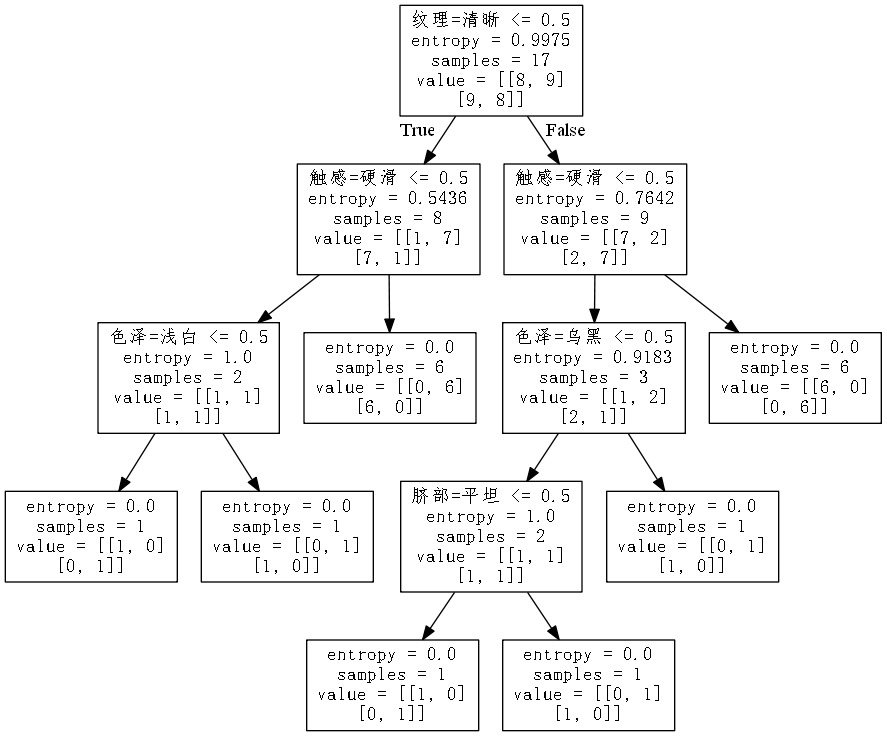
noonecare/data-mining keeps this Graphviz diagram as decision_tree_problems/entroy_decision_tree.png. Above is the earlier version. Its source is kept beside it as decision_tree_problems/entroy_decision_tree.dot. The source it was exported from:
```dot
digraph Tree {
node [shape=box, fontname="FangSong"] ;
0 [label="纹理=清晰 <= 0.5\nentropy = 0.9975\nsamples = 17\nvalue = [[8, 9]\n[9, 8]]"] ;
1 [label="触感=硬滑 <= 0.5\nentropy = 0.5436\nsamples = 8\nvalue = [[1, 7]\n[7, 1]]"] ;
0 -> 1 [labeldistance=2.5, labelangle=45, headlabel="True"] ;
2 [label="色泽=浅白 <= 0.5\nentropy = 1.0\nsamples = 2\nvalue = [[1, 1]\n[1, 1]]"] ;
1 -> 2 ;
3 [label="entropy = 0.0\nsamples = 1\nvalue = [[1, 0]\n[0, 1]]"] ;
2 -> 3 ;
4 [label="entropy = 0.0\nsamples = 1\nvalue = [[0, 1]\n[1, 0]]"] ;
2 -> 4 ;
5 [label="entropy = 0.0\nsamples = 6\nvalue = [[0, 6]\n[6, 0]]"] ;
1 -> 5 ;
6 [label="触感=硬滑 <= 0.5\nentropy = 0.7642\nsamples = 9\nvalue = [[7, 2]\n[2, 7]]"] ;
0 -> 6 [labeldistance=2.5, labelangle=-45, headlabel="False"] ;
7 [label="色泽=乌黑 <= 0.5\nentropy = 0.9183\nsamples = 3\nvalue = [[1, 2]\n[2, 1]]"] ;
6 -> 7 ;
8 [label="脐部=平坦 <= 0.5\nentropy = 1.0\nsamples = 2\nvalue = [[1, 1]\n[1, 1]]"] ;
7 -> 8 ;
9 [label="entropy = 0.0\nsamples = 1\nvalue = [[1, 0]\n[0, 1]]"] ;
8 -> 9 ;
10 [label="entropy = 0.0\nsamples = 1\nvalue = [[0, 1]\n[1, 0]]"] ;
8 -> 10 ;
11 [label="entropy = 0.0\nsamples = 1\nvalue = [[0, 1]\n[1, 0]]"] ;
7 -> 11 ;
12 [label="entropy = 0.0\nsamples = 6\nvalue = [[6, 0]\n[0, 6]]"] ;
6 -> 12 ;
}
```
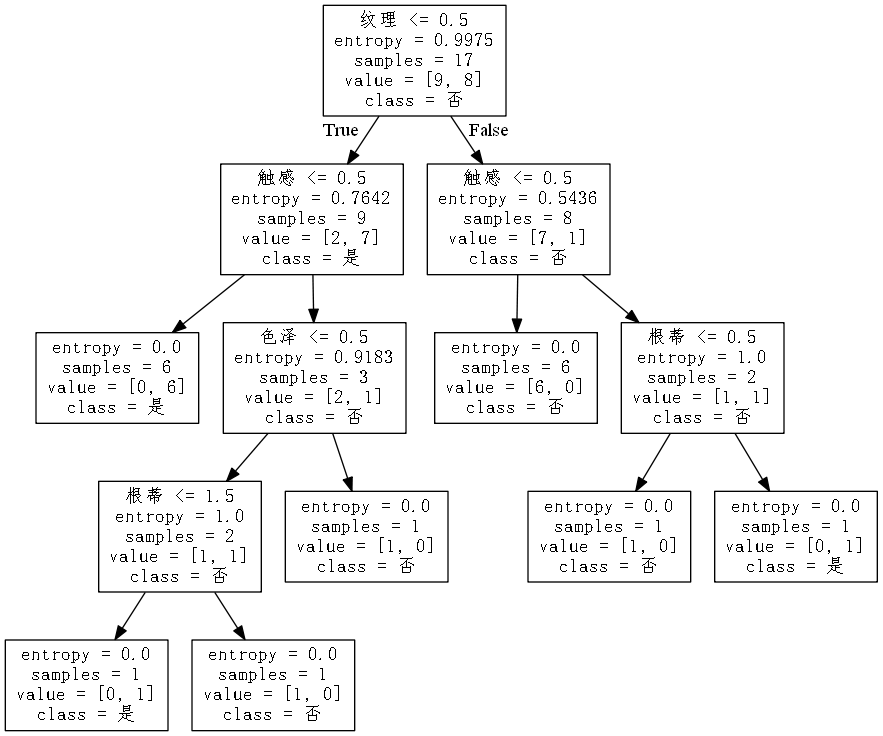
The same file after the commit.

Diff of the diagram source:
```diff
@@ -1,28 +1,29 @@
 digraph Tree {
 node [shape=box, fontname="FangSong"] ;
-0 [label="纹理=清晰 <= 0.5\nentropy = 0.9975\nsamples = 17\nvalue = [[8, 9]\n[9, 8]]"] ;
-1 [label="触感=硬滑 <= 0.5\nentropy = 0.5436\nsamples = 8\nvalue = [[1, 7]\n[7, 1]]"] ;
+0 [label="纹理 <= 0.5\nentropy = 0.9975\nsamples = 17\nvalue = [9, 8]\nclass = 否"] ;
+1 [label="触感 <= 0.5\nentropy = 0.7642\nsamples = 9\nvalue = [2, 7]\nclass = 是"] ;
 0 -> 1 [labeldistance=2.5, labelangle=45, headlabel="True"] ;
-2 [label="色泽=浅白 <= 0.5\nentropy = 1.0\nsamples = 2\nvalue = [[1, 1]\n[1, 1]]"] ;
+2 [label="entropy = 0.0\nsamples = 6\nvalue = [0, 6]\nclass = 是"] ;
 1 -> 2 ;
-3 [label="entropy = 0.0\nsamples = 1\nvalue = [[1, 0]\n[0, 1]]"] ;
-2 -> 3 ;
-4 [label="entropy = 0.0\nsamples = 1\nvalue = [[0, 1]\n[1, 0]]"] ;
-2 -> 4 ;
-5 [label="entropy = 0.0\nsamples = 6\nvalue = [[0, 6]\n[6, 0]]"] ;
-1 -> 5 ;
-6 [label="触感=硬滑 <= 0.5\nentropy = 0.7642\nsamples = 9\nvalue = [[7, 2]\n[2, 7]]"] ;
-0 -> 6 [labeldistance=2.5, labelangle=-45, headlabel="False"] ;
-7 [label="色泽=乌黑 <= 0.5\nentropy = 0.9183\nsamples = 3\nvalue = [[1, 2]\n[2, 1]]"] ;
-6 -> 7 ;
-8 [label="脐部=平坦 <= 0.5\nentropy = 1.0\nsamples = 2\nvalue = [[1, 1]\n[1, 1]]"] ;
-7 -> 8 ;
-9 [label="entropy = 0.0\nsamples = 1\nvalue = [[1, 0]\n[0, 1]]"] ;
+3 [label="色泽 <= 0.5\nentropy = 0.9183\nsamples = 3\nvalue = [2, 1]\nclass = 否"] ;
+1 -> 3 ;
+4 [label="根蒂 <= 1.5\nentropy = 1.0\nsamples = 2\nvalue = [1, 1]\nclass = 否"] ;
+3 -> 4 ;
+5 [label="entropy = 0.0\nsamples = 1\nvalue = [0, 1]\nclass = 是"] ;
+
+4 -> 5 ;
+6 [label="entropy = 0.0\nsamples = 1\nvalue = [1, 0]\nclass = 否"] ;
+4 -> 6 ;
+7 [label="entropy = 0.0\nsamples = 1\nvalue = [1, 0]\nclass = 否"] ;
+3 -> 7 ;
+8 [label="触感 <= 0.5\nentropy = 0.5436\nsamples = 8\nvalue = [7, 1]\nclass = 否"] ;
+0 -> 8 [labeldistance=2.5, labelangle=-45, headlabel="False"] ;
+9 [label="entropy = 0.0\nsamples = 6\nvalue = [6, 0]\nclass = 否"] ;
 8 -> 9 ;
-10 [label="entropy = 0.0\nsamples = 1\nvalue = [[0, 1]\n[1, 0]]"] ;
+10 [label="根蒂 <= 0.5\nentropy = 1.0\nsamples = 2\nvalue = [1, 1]\nclass = 否"] ;
 8 -> 10 ;
-11 [label="entropy = 0.0\nsamples = 1\nvalue = [[0, 1]\n[1, 0]]"] ;
-7 -> 11 ;
-12 [label="entropy = 0.0\nsamples = 6\nvalue = [[6, 0]\n[0, 6]]"] ;
-6 -> 12 ;
+11 [label="entropy = 0.0\nsamples = 1\nvalue = [1, 0]\nclass = 否"] ;
+10 -> 11 ;
+12 [label="entropy = 0.0\nsamples = 1\nvalue = [0, 1]\nclass = 是"] ;
+10 -> 12 ;
 }
```
